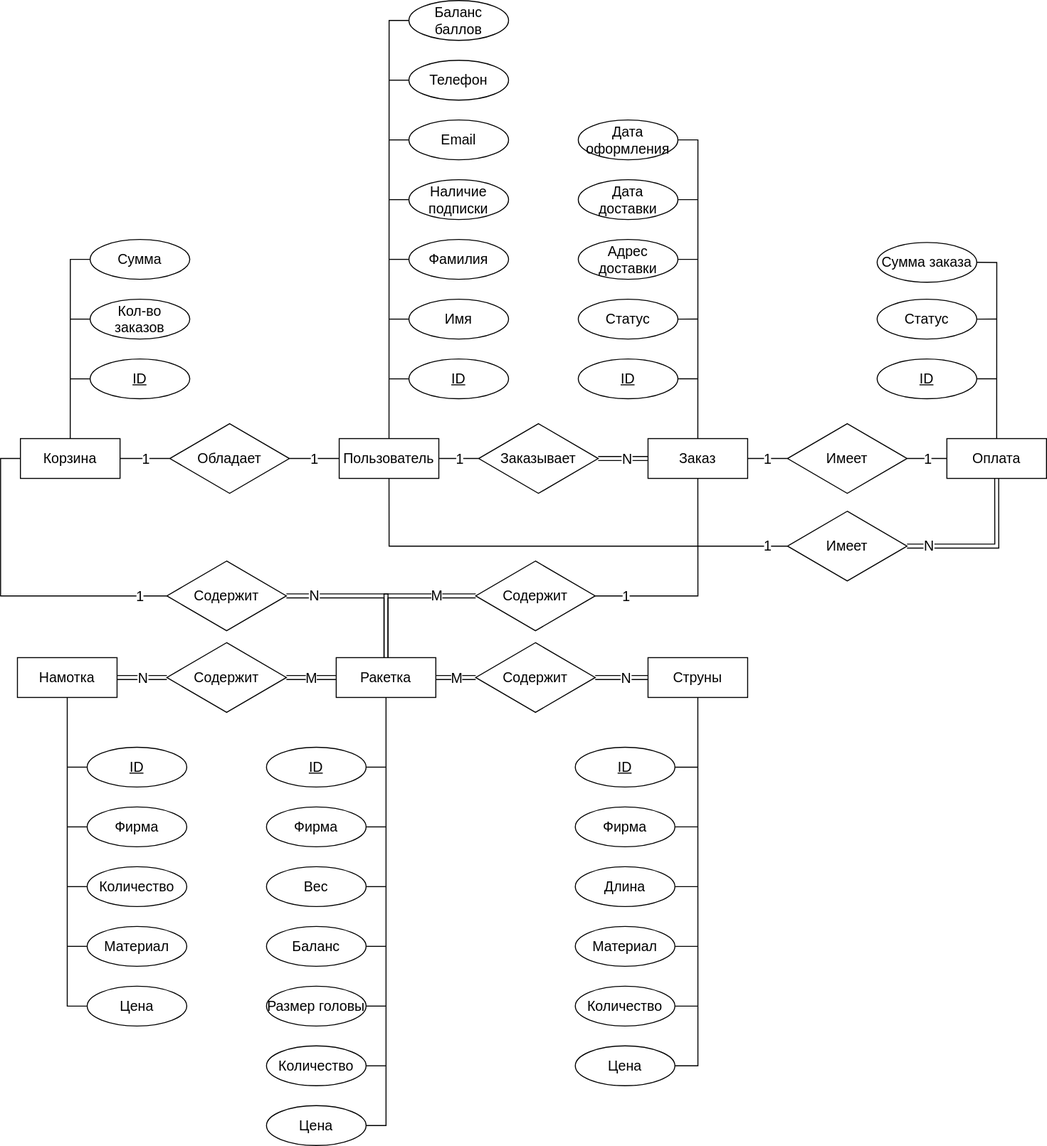
Earlier version of the draw.io export schemes/svg/ER-roles.svg (mshsvnv/SoftwareDesign). Source tidied: cells renumbered, new cells last; positions are measured from the earlier drawing's top-left corner, leaving out a move shared by most shapes.
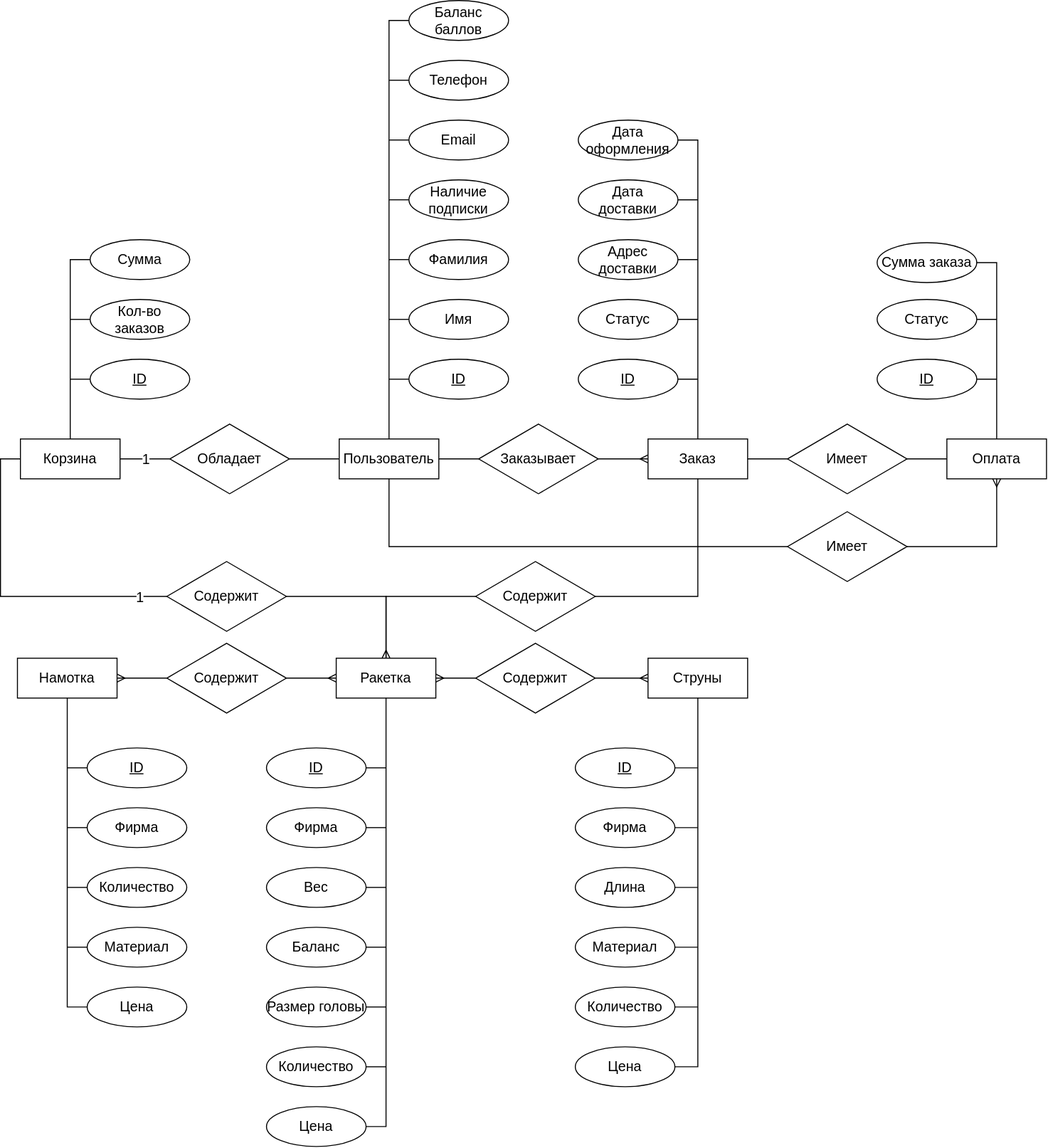
Above is the later version.

Change to the diagram source:
```diff
@@ -13,11 +13,6 @@
     <mxCell id="4" style="edgeStyle=orthogonalEdgeStyle;rounded=0;jettySize=auto;html=1;exitX=1;exitY=0.5;exitDx=0;exitDy=0;entryX=0;entryY=0.5;entryDx=0;entryDy=0;endArrow=none;endFill=0;fontSize=14;" parent="1" edge="1" source="6" target="93">
       <mxGeometry relative="1" as="geometry" />
     </mxCell>
-    <mxCell id="5" value="1" style="edgeLabel;html=1;align=center;verticalAlign=middle;fontSize=14;fontFamily=Helvetica;fontColor=default;" parent="4" vertex="1">
-      <mxGeometry x="-0.11" y="-1" relative="1" as="geometry">
-        <mxPoint x="2" y="-1" as="offset" />
-      </mxGeometry>
-    </mxCell>
     <mxCell id="6" value="Обладает" style="rhombus;whiteSpace=wrap;html=1;fontSize=14;" parent="1" vertex="1">
       <mxGeometry x="153" y="425" width="120" height="70" as="geometry" />
     </mxCell>
@@ -52,28 +47,15 @@
     <mxCell id="15" style="edgeStyle=orthogonalEdgeStyle;shape=connector;rounded=0;jettySize=auto;html=1;exitX=0;exitY=0.5;exitDx=0;exitDy=0;entryX=1;entryY=0.5;entryDx=0;entryDy=0;labelBackgroundColor=default;strokeColor=default;align=center;verticalAlign=middle;fontFamily=Helvetica;fontSize=14;fontColor=default;endArrow=none;endFill=0;" parent="1" edge="1" source="19" target="93">
       <mxGeometry relative="1" as="geometry" />
     </mxCell>
-    <mxCell id="16" value="1" style="edgeLabel;html=1;align=center;verticalAlign=middle;fontSize=14;fontFamily=Helvetica;fontColor=default;" parent="15" vertex="1">
-      <mxGeometry x="0.03" relative="1" as="geometry" />
-    </mxCell>
-    <mxCell id="17" style="edgeStyle=orthogonalEdgeStyle;shape=link;rounded=0;jettySize=auto;html=1;exitX=1;exitY=0.5;exitDx=0;exitDy=0;labelBackgroundColor=default;strokeColor=default;align=center;verticalAlign=middle;fontFamily=Helvetica;fontSize=14;fontColor=default;endArrow=none;endFill=0;" parent="1" edge="1" source="19" target="66">
+    <mxCell id="17" style="edgeStyle=orthogonalEdgeStyle;rounded=0;jettySize=auto;html=1;exitX=1;exitY=0.5;exitDx=0;exitDy=0;entryX=0;entryY=0.5;entryDx=0;entryDy=0;endArrow=ERmany;endFill=0;" parent="1" edge="1" source="19" target="66">
       <mxGeometry relative="1" as="geometry" />
     </mxCell>
-    <mxCell id="18" value="N" style="edgeLabel;html=1;align=center;verticalAlign=middle;fontSize=14;fontFamily=Helvetica;fontColor=default;" parent="17" vertex="1">
-      <mxGeometry x="-0.06" y="-1" relative="1" as="geometry">
-        <mxPoint x="4" y="-1" as="offset" />
-      </mxGeometry>
-    </mxCell>
     <mxCell id="19" value="Заказывает" style="rhombus;whiteSpace=wrap;html=1;fontSize=14;" parent="1" vertex="1">
       <mxGeometry x="463" y="425" width="120" height="70" as="geometry" />
     </mxCell>
-    <mxCell id="20" style="edgeStyle=orthogonalEdgeStyle;shape=link;rounded=0;jettySize=auto;html=1;exitX=0;exitY=0.5;exitDx=0;exitDy=0;entryX=0.5;entryY=0;entryDx=0;entryDy=0;labelBackgroundColor=default;strokeColor=default;align=center;verticalAlign=middle;fontFamily=Helvetica;fontSize=14;fontColor=default;endArrow=none;endFill=0;" parent="1" edge="1" source="22" target="24">
+    <mxCell id="20" style="edgeStyle=orthogonalEdgeStyle;rounded=0;jettySize=auto;html=1;exitX=0;exitY=0.5;exitDx=0;exitDy=0;entryX=0.5;entryY=0;entryDx=0;entryDy=0;labelBackgroundColor=default;strokeColor=default;align=center;verticalAlign=middle;fontFamily=Helvetica;fontSize=14;fontColor=default;endArrow=none;endFill=0;" parent="1" edge="1" source="22" target="24">
       <mxGeometry relative="1" as="geometry" />
     </mxCell>
-    <mxCell id="21" value="M" style="edgeLabel;html=1;align=center;verticalAlign=middle;fontSize=14;fontFamily=Helvetica;fontColor=default;" parent="20" vertex="1">
-      <mxGeometry x="0.25" y="1" relative="1" as="geometry">
-        <mxPoint x="49" y="-5" as="offset" />
-      </mxGeometry>
-    </mxCell>
     <mxCell id="22" value="Содержит" style="rhombus;whiteSpace=wrap;html=1;fontSize=14;" parent="1" vertex="1">
       <mxGeometry x="460" y="563" width="120" height="70" as="geometry" />
     </mxCell>
@@ -195,44 +177,24 @@
     <mxCell id="54" style="edgeStyle=orthogonalEdgeStyle;shape=connector;rounded=0;jettySize=auto;html=1;exitX=0.5;exitY=1;exitDx=0;exitDy=0;entryX=1;entryY=0.5;entryDx=0;entryDy=0;labelBackgroundColor=default;strokeColor=default;align=center;verticalAlign=middle;fontFamily=Helvetica;fontSize=14;fontColor=default;endArrow=none;endFill=0;" parent="39" edge="1" source="53" target="47">
       <mxGeometry relative="1" as="geometry" />
     </mxCell>
+    <mxCell id="57" style="edgeStyle=orthogonalEdgeStyle;rounded=0;jettySize=auto;html=1;exitX=0;exitY=0.5;exitDx=0;exitDy=0;strokeColor=default;align=center;verticalAlign=middle;fontFamily=Helvetica;fontSize=11;fontColor=default;labelBackgroundColor=default;endArrow=ERmany;endFill=0;" parent="1" edge="1" source="59" target="80">
+      <mxGeometry relative="1" as="geometry" />
+    </mxCell>
-    <mxCell id="55" style="edgeStyle=orthogonalEdgeStyle;shape=link;rounded=0;jettySize=auto;html=1;exitX=1;exitY=0.5;exitDx=0;exitDy=0;labelBackgroundColor=default;strokeColor=default;align=center;verticalAlign=middle;fontFamily=Helvetica;fontSize=14;fontColor=default;endArrow=none;endFill=0;" parent="1" edge="1" source="59" target="24">
+    <mxCell id="55" style="edgeStyle=orthogonalEdgeStyle;rounded=0;jettySize=auto;html=1;exitX=1;exitY=0.5;exitDx=0;exitDy=0;entryX=0;entryY=0.5;entryDx=0;entryDy=0;strokeColor=default;align=center;verticalAlign=middle;fontFamily=Helvetica;fontSize=11;fontColor=default;labelBackgroundColor=default;endArrow=ERmany;endFill=0;" parent="1" edge="1" source="59" target="24">
       <mxGeometry relative="1" as="geometry" />
     </mxCell>
-    <mxCell id="56" value="M" style="edgeLabel;html=1;align=center;verticalAlign=middle;fontSize=14;fontFamily=Helvetica;fontColor=default;" parent="55" vertex="1">
-      <mxGeometry x="0.49" y="1" relative="1" as="geometry">
-        <mxPoint x="-12" y="1" as="offset" />
-      </mxGeometry>
-    </mxCell>
-    <mxCell id="57" style="edgeStyle=orthogonalEdgeStyle;shape=link;rounded=0;jettySize=auto;html=1;exitX=0;exitY=0.5;exitDx=0;exitDy=0;entryX=1;entryY=0.5;entryDx=0;entryDy=0;labelBackgroundColor=default;strokeColor=default;align=center;verticalAlign=middle;fontFamily=Helvetica;fontSize=14;fontColor=default;endArrow=none;endFill=0;" parent="1" edge="1" source="59" target="80">
-      <mxGeometry relative="1" as="geometry" />
-    </mxCell>
-    <mxCell id="58" value="N" style="edgeLabel;html=1;align=center;verticalAlign=middle;fontSize=14;fontFamily=Helvetica;fontColor=default;" parent="57" vertex="1">
-      <mxGeometry x="0.61" y="-1" relative="1" as="geometry">
-        <mxPoint x="15" y="1" as="offset" />
-      </mxGeometry>
-    </mxCell>
     <mxCell id="59" value="Содержит" style="rhombus;whiteSpace=wrap;html=1;fontSize=14;" parent="1" vertex="1">
       <mxGeometry x="150" y="645" width="120" height="70" as="geometry" />
     </mxCell>
+    <mxCell id="129" style="edgeStyle=orthogonalEdgeStyle;rounded=0;jettySize=auto;html=1;exitX=0;exitY=0.5;exitDx=0;exitDy=0;strokeColor=default;align=center;verticalAlign=middle;fontFamily=Helvetica;fontSize=11;fontColor=default;labelBackgroundColor=default;endArrow=ERmany;endFill=0;" parent="1" edge="1" source="62" target="24">
+      <mxGeometry relative="1" as="geometry" />
+    </mxCell>
-    <mxCell id="60" style="edgeStyle=orthogonalEdgeStyle;shape=link;rounded=0;jettySize=auto;html=1;exitX=1;exitY=0.5;exitDx=0;exitDy=0;labelBackgroundColor=default;strokeColor=default;align=center;verticalAlign=middle;fontFamily=Helvetica;fontSize=14;fontColor=default;endArrow=none;endFill=0;" parent="1" edge="1" source="62" target="53">
+    <mxCell id="60" style="edgeStyle=orthogonalEdgeStyle;rounded=0;jettySize=auto;html=1;exitX=1;exitY=0.5;exitDx=0;exitDy=0;entryX=0;entryY=0.5;entryDx=0;entryDy=0;strokeColor=default;align=center;verticalAlign=middle;fontFamily=Helvetica;fontSize=11;fontColor=default;labelBackgroundColor=default;endArrow=ERmany;endFill=0;" parent="1" edge="1" source="62" target="53">
       <mxGeometry relative="1" as="geometry" />
     </mxCell>
-    <mxCell id="61" value="N" style="edgeLabel;html=1;align=center;verticalAlign=middle;fontSize=14;fontFamily=Helvetica;fontColor=default;" parent="60" vertex="1">
-      <mxGeometry x="0.03" y="1" relative="1" as="geometry">
-        <mxPoint x="3" y="1" as="offset" />
-      </mxGeometry>
-    </mxCell>
     <mxCell id="62" value="Содержит" style="rhombus;whiteSpace=wrap;html=1;fontSize=14;" parent="1" vertex="1">
       <mxGeometry x="460" y="645" width="120" height="70" as="geometry" />
     </mxCell>
-    <mxCell id="63" style="edgeStyle=orthogonalEdgeStyle;shape=link;rounded=0;jettySize=auto;html=1;exitX=1;exitY=0.5;exitDx=0;exitDy=0;entryX=0;entryY=0.5;entryDx=0;entryDy=0;labelBackgroundColor=default;strokeColor=default;align=center;verticalAlign=middle;fontFamily=Helvetica;fontSize=14;fontColor=default;endArrow=none;endFill=0;" parent="1" edge="1" source="24" target="62">
-      <mxGeometry relative="1" as="geometry" />
-    </mxCell>
-    <mxCell id="64" value="M" style="edgeLabel;html=1;align=center;verticalAlign=middle;fontSize=14;fontFamily=Helvetica;fontColor=default;" parent="63" vertex="1">
-      <mxGeometry x="0.03" y="1" relative="1" as="geometry">
-        <mxPoint y="1" as="offset" />
-      </mxGeometry>
-    </mxCell>
     <mxCell id="65" style="group;fontSize=14;" parent="1" vertex="1">
       <mxGeometry x="563" y="60" width="170" height="420" as="geometry" />
     </mxCell>
@@ -280,11 +242,6 @@
     <mxCell id="77" style="edgeStyle=orthogonalEdgeStyle;rounded=0;jettySize=auto;html=1;exitX=0.5;exitY=1;exitDx=0;exitDy=0;entryX=1;entryY=0.5;entryDx=0;entryDy=0;labelBackgroundColor=default;strokeColor=default;align=center;verticalAlign=middle;fontFamily=Helvetica;fontSize=14;fontColor=default;endArrow=none;endFill=0;" parent="1" edge="1" source="66" target="22">
       <mxGeometry relative="1" as="geometry" />
     </mxCell>
-    <mxCell id="78" value="1" style="edgeLabel;html=1;align=center;verticalAlign=middle;fontSize=14;fontFamily=Helvetica;fontColor=default;" parent="77" vertex="1">
-      <mxGeometry x="-0.64" relative="1" as="geometry">
-        <mxPoint x="-73" y="78" as="offset" />
-      </mxGeometry>
-    </mxCell>
     <mxCell id="79" style="edgeStyle=orthogonalEdgeStyle;shape=connector;rounded=0;jettySize=auto;html=1;exitX=0.5;exitY=1;exitDx=0;exitDy=0;entryX=0;entryY=0.5;entryDx=0;entryDy=0;labelBackgroundColor=default;strokeColor=default;align=center;verticalAlign=middle;fontFamily=Helvetica;fontSize=14;fontColor=default;endArrow=none;endFill=0;" parent="1" edge="1" source="80" target="88">
       <mxGeometry relative="1" as="geometry" />
     </mxCell>
@@ -393,12 +350,8 @@
     <mxCell id="106" style="edgeStyle=orthogonalEdgeStyle;shape=connector;rounded=0;jettySize=auto;html=1;exitX=0.5;exitY=0;exitDx=0;exitDy=0;entryX=0;entryY=0.5;entryDx=0;entryDy=0;labelBackgroundColor=default;strokeColor=default;align=center;verticalAlign=middle;fontFamily=Helvetica;fontSize=14;fontColor=default;endArrow=none;endFill=0;" parent="1" edge="1" source="93" target="91">
       <mxGeometry relative="1" as="geometry" />
     </mxCell>
-    <mxCell id="107" style="edgeStyle=orthogonalEdgeStyle;rounded=0;jettySize=auto;html=1;exitX=1;exitY=0.5;exitDx=0;exitDy=0;shape=link;" parent="1" edge="1" source="108" target="24">
-      <mxGeometry relative="1" as="geometry">
-        <Array as="points">
-          <mxPoint x="370" y="598" />
-        </Array>
-      </mxGeometry>
+    <mxCell id="107" style="edgeStyle=orthogonalEdgeStyle;rounded=0;jettySize=auto;html=1;exitX=1;exitY=0.5;exitDx=0;exitDy=0;endArrow=ERmany;endFill=0;" parent="1" edge="1" source="108" target="24">
+      <mxGeometry relative="1" as="geometry" />
     </mxCell>
     <mxCell id="108" value="Содержит" style="rhombus;whiteSpace=wrap;html=1;fontSize=14;" parent="1" vertex="1">
       <mxGeometry x="150" y="563" width="120" height="70" as="geometry" />
@@ -411,11 +364,6 @@
         <mxPoint x="135" y="1" as="offset" />
       </mxGeometry>
     </mxCell>
-    <mxCell id="111" value="N" style="edgeLabel;html=1;align=center;verticalAlign=middle;fontSize=14;fontFamily=Helvetica;fontColor=default;" parent="1" vertex="1">
-      <mxGeometry x="376" y="546" as="geometry">
-        <mxPoint x="-79" y="51" as="offset" />
-      </mxGeometry>
-    </mxCell>
     <mxCell id="112" style="edgeStyle=orthogonalEdgeStyle;rounded=0;jettySize=auto;html=1;exitX=1;exitY=0.5;exitDx=0;exitDy=0;entryX=0;entryY=0.5;entryDx=0;entryDy=0;strokeColor=default;align=center;verticalAlign=middle;fontFamily=Helvetica;fontSize=11;fontColor=default;labelBackgroundColor=default;endArrow=none;endFill=0;" parent="1" edge="1" source="113" target="115">
       <mxGeometry relative="1" as="geometry" />
     </mxCell>
@@ -450,32 +398,14 @@
     <mxCell id="121" style="edgeStyle=orthogonalEdgeStyle;shape=connector;rounded=0;jettySize=auto;html=1;exitX=0.5;exitY=0;exitDx=0;exitDy=0;entryX=1;entryY=0.5;entryDx=0;entryDy=0;labelBackgroundColor=default;strokeColor=default;align=center;verticalAlign=middle;fontFamily=Helvetica;fontSize=14;fontColor=default;endArrow=none;endFill=0;" parent="114" edge="1" source="115" target="120">
       <mxGeometry relative="1" as="geometry" />
     </mxCell>
-    <mxCell id="122" value="1" style="edgeLabel;html=1;align=center;verticalAlign=middle;fontFamily=Helvetica;fontSize=14;fontColor=default;labelBackgroundColor=default;" parent="114" vertex="1">
-      <mxGeometry x="50" y="400" as="geometry" />
-    </mxCell>
     <mxCell id="123" style="edgeStyle=orthogonalEdgeStyle;rounded=0;jettySize=auto;html=1;exitX=1;exitY=0.5;exitDx=0;exitDy=0;endArrow=none;endFill=0;" parent="1" edge="1" source="66" target="113">
       <mxGeometry relative="1" as="geometry" />
     </mxCell>
-    <mxCell id="124" value="1" style="edgeLabel;html=1;align=center;verticalAlign=middle;fontFamily=Helvetica;fontSize=14;fontColor=default;labelBackgroundColor=default;" parent="123" vertex="1">
-      <mxGeometry x="-0.33" relative="1" as="geometry">
-        <mxPoint x="6" as="offset" />
-      </mxGeometry>
-    </mxCell>
     <mxCell id="125" value="Имеет" style="rhombus;whiteSpace=wrap;html=1;fontSize=14;" parent="1" vertex="1">
       <mxGeometry x="773" y="513" width="120" height="70" as="geometry" />
     </mxCell>
-    <mxCell id="126" style="edgeStyle=orthogonalEdgeStyle;rounded=0;jettySize=auto;html=1;exitX=0.5;exitY=1;exitDx=0;exitDy=0;entryX=1;entryY=0.5;entryDx=0;entryDy=0;strokeColor=default;align=center;verticalAlign=middle;fontFamily=Helvetica;fontSize=11;fontColor=default;labelBackgroundColor=default;endArrow=none;endFill=0;shape=link;" parent="1" edge="1" source="115" target="125">
-      <mxGeometry relative="1" as="geometry" />
-    </mxCell>
-    <mxCell id="127" value="1" style="edgeLabel;html=1;align=center;verticalAlign=middle;fontFamily=Helvetica;fontSize=14;fontColor=default;labelBackgroundColor=default;" parent="1" vertex="1">
-      <mxGeometry x="762" y="467" as="geometry">
-        <mxPoint x="-10" y="80" as="offset" />
-      </mxGeometry>
-    </mxCell>
-    <mxCell id="128" value="N" style="edgeLabel;html=1;align=center;verticalAlign=middle;fontSize=14;fontFamily=Helvetica;fontColor=default;" parent="1" vertex="1">
-      <mxGeometry x="643" y="594" as="geometry">
-        <mxPoint x="271" y="-47" as="offset" />
-      </mxGeometry>
-    </mxCell>
+    <mxCell id="130" style="edgeStyle=orthogonalEdgeStyle;rounded=0;jettySize=auto;html=1;exitX=1;exitY=0.5;exitDx=0;exitDy=0;entryX=0.5;entryY=1;entryDx=0;entryDy=0;strokeColor=default;align=center;verticalAlign=middle;fontFamily=Helvetica;fontSize=11;fontColor=default;labelBackgroundColor=default;endArrow=ERmany;endFill=0;" parent="1" edge="1" source="125" target="115">
+      <mxGeometry relative="1" as="geometry" />
+    </mxCell>
   </root>
 </mxGraphModel>
```
